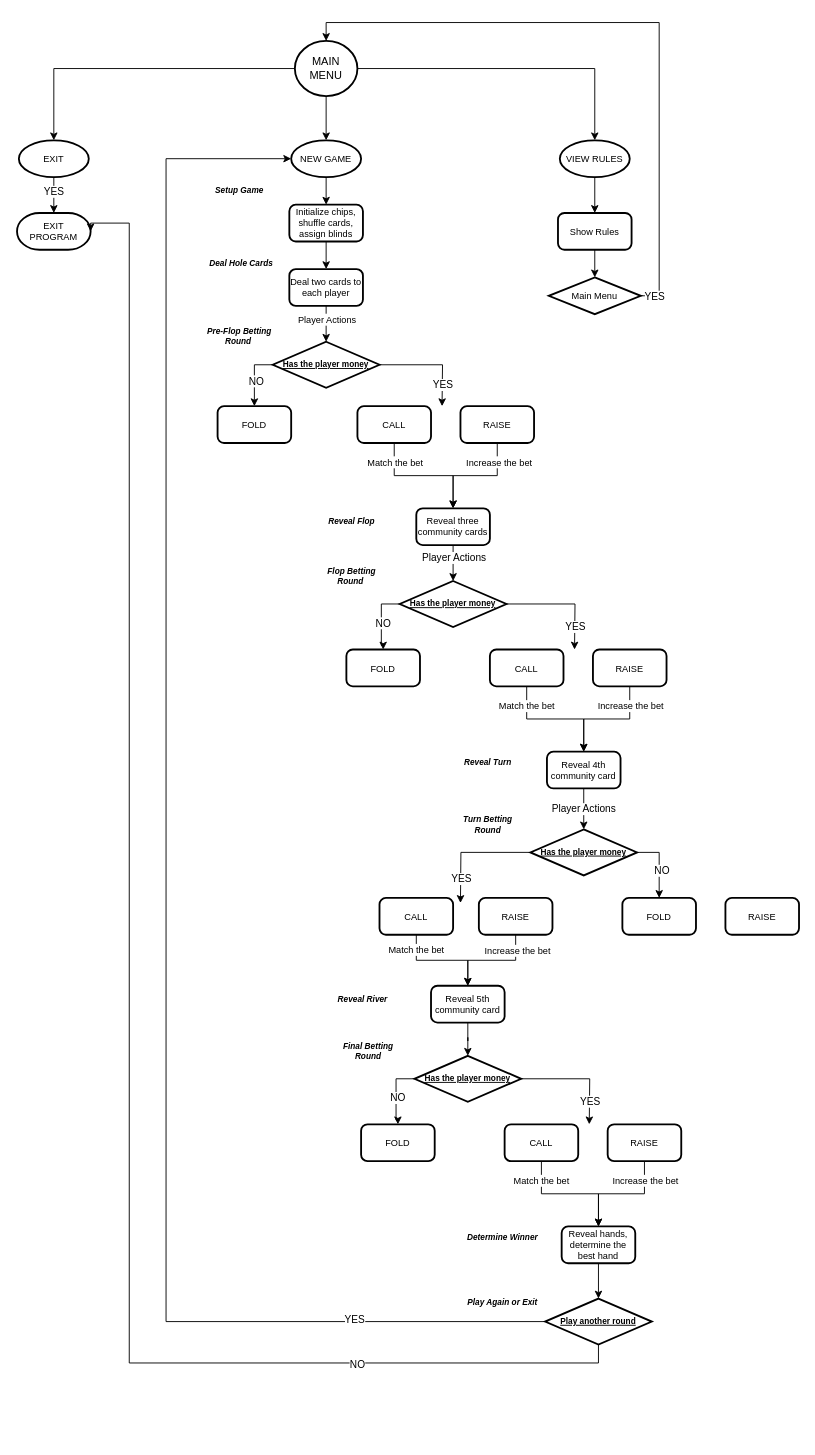
The draw.io diagram PokerGame.drawio in Paola-DG/PokerGame, before the edit. Source tidied: cells renumbered, new cells numbered last; positions are measured from the earlier drawing's top-left corner, leaving out a move shared by most shapes. Both pictures are drawn from the tidied source at 92%, with x=0, y=0 at pixel (17, 40).
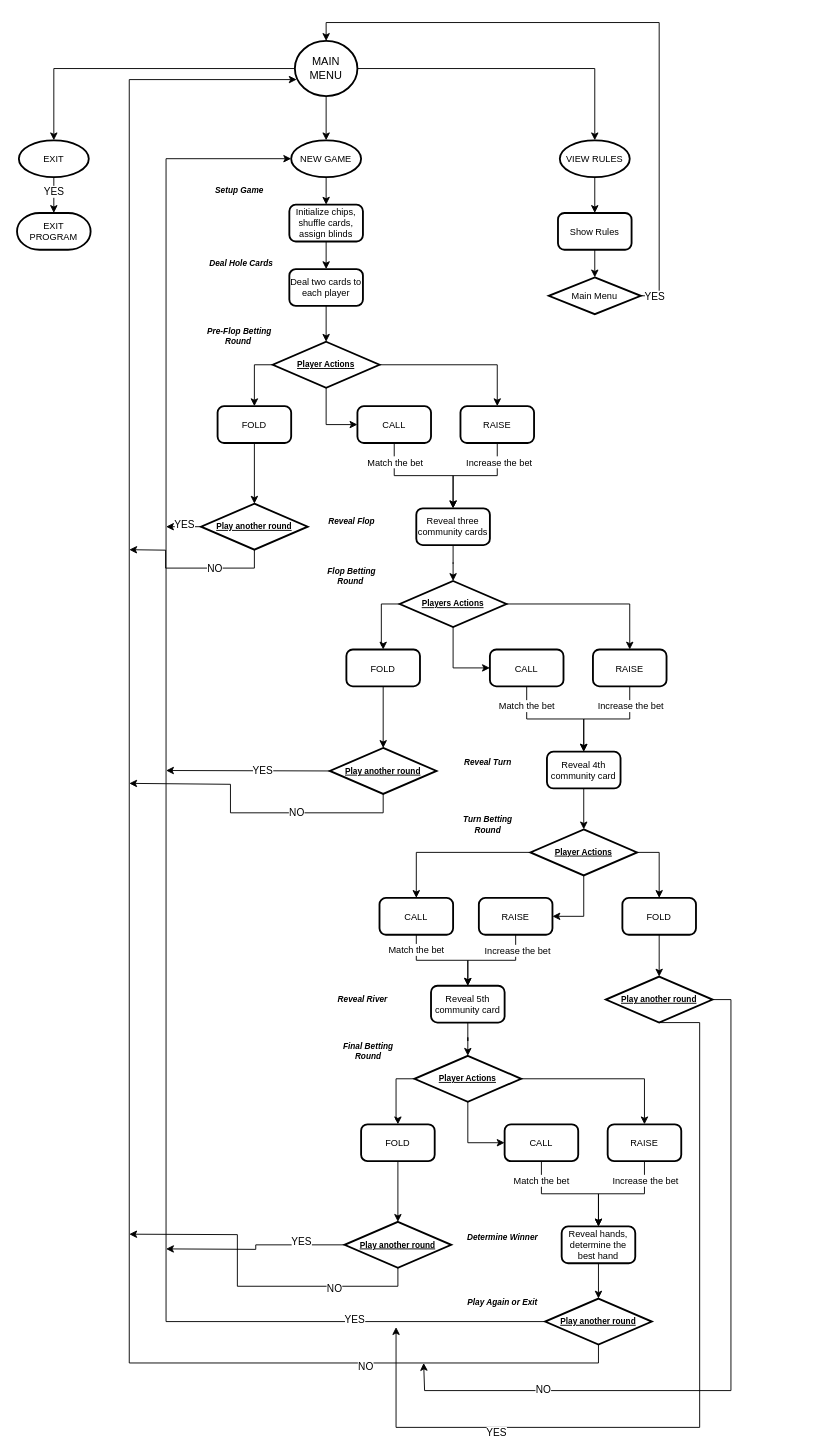
The same diagram, later.

The change refers to these unchanged cells:
```xml
<mxCell id="7" value="EXIT&lt;div&gt;PROGRAM&lt;/div&gt;" style="strokeWidth=2;html=1;shape=mxgraph.flowchart.terminator;whiteSpace=wrap;fontSize=10;" parent="1" vertex="1">
  <mxGeometry y="187" width="80" height="40" as="geometry" />
</mxCell>
<mxCell id="14" style="edgeStyle=orthogonalEdgeStyle;rounded=0;jettySize=auto;html=1;exitX=0;exitY=0.5;exitDx=0;exitDy=0;exitPerimeter=0;entryX=0.5;entryY=0;entryDx=0;entryDy=0;" parent="1" edge="1" source="16" target="18">
  <mxGeometry relative="1" as="geometry" />
</mxCell>
<mxCell id="18" value="FOLD" style="rounded=1;whiteSpace=wrap;html=1;absoluteArcSize=1;arcSize=14;strokeWidth=2;fontSize=10;" parent="1" vertex="1">
  <mxGeometry x="218" y="397" width="80" height="40" as="geometry" />
</mxCell>
<mxCell id="21" value="RAISE" style="rounded=1;whiteSpace=wrap;html=1;absoluteArcSize=1;arcSize=14;strokeWidth=2;fontSize=10;" parent="1" vertex="1">
  <mxGeometry x="482" y="397" width="80" height="40" as="geometry" />
</mxCell>
<mxCell id="24" value="CALL" style="rounded=1;whiteSpace=wrap;html=1;absoluteArcSize=1;arcSize=14;strokeWidth=2;fontSize=10;" parent="1" vertex="1">
  <mxGeometry x="370" y="397" width="80" height="40" as="geometry" />
</mxCell>
<mxCell id="25" style="edgeStyle=orthogonalEdgeStyle;rounded=0;jettySize=auto;html=1;exitX=0.5;exitY=1;exitDx=0;exitDy=0;" parent="1" edge="1" source="27" target="46">
  <mxGeometry relative="1" as="geometry" />
</mxCell>
<mxCell id="31" value="MAIN&lt;div&gt;MENU&lt;/div&gt;" style="strokeWidth=2;html=1;shape=mxgraph.flowchart.start_2;whiteSpace=wrap;" parent="1" vertex="1">
  <mxGeometry x="302" width="68" height="60" as="geometry" />
</mxCell>
<mxCell id="39" style="edgeStyle=orthogonalEdgeStyle;rounded=0;jettySize=auto;html=1;exitX=0.5;exitY=1;exitDx=0;exitDy=0;entryX=0.5;entryY=0;entryDx=0;entryDy=0;entryPerimeter=0;" parent="1" edge="1" source="11" target="16">
  <mxGeometry relative="1" as="geometry" />
</mxCell>
<mxCell id="44" style="edgeStyle=orthogonalEdgeStyle;rounded=0;jettySize=auto;html=1;exitX=0;exitY=0.5;exitDx=0;exitDy=0;exitPerimeter=0;entryX=0.5;entryY=0;entryDx=0;entryDy=0;" parent="1" edge="1" source="46" target="47">
  <mxGeometry relative="1" as="geometry" />
</mxCell>
<mxCell id="47" value="FOLD" style="rounded=1;whiteSpace=wrap;html=1;absoluteArcSize=1;arcSize=14;strokeWidth=2;fontSize=10;" parent="1" vertex="1">
  <mxGeometry x="358" y="661.5" width="80" height="40" as="geometry" />
</mxCell>
<mxCell id="50" value="RAISE" style="rounded=1;whiteSpace=wrap;html=1;absoluteArcSize=1;arcSize=14;strokeWidth=2;fontSize=10;" parent="1" vertex="1">
  <mxGeometry x="626" y="661.5" width="80" height="40" as="geometry" />
</mxCell>
<mxCell id="53" value="CALL" style="rounded=1;whiteSpace=wrap;html=1;absoluteArcSize=1;arcSize=14;strokeWidth=2;fontSize=10;" parent="1" vertex="1">
  <mxGeometry x="514" y="661.5" width="80" height="40" as="geometry" />
</mxCell>
<mxCell id="65" value="RAISE" style="rounded=1;whiteSpace=wrap;html=1;absoluteArcSize=1;arcSize=14;strokeWidth=2;fontSize=10;" parent="1" vertex="1">
  <mxGeometry x="502" y="931.5" width="80" height="40" as="geometry" />
</mxCell>
<mxCell id="67" value="FOLD" style="rounded=1;whiteSpace=wrap;html=1;absoluteArcSize=1;arcSize=14;strokeWidth=2;fontSize=10;" parent="1" vertex="1">
  <mxGeometry x="658" y="931.5" width="80" height="40" as="geometry" />
</mxCell>
<mxCell id="69" style="edgeStyle=orthogonalEdgeStyle;rounded=0;jettySize=auto;html=1;exitX=0.5;exitY=1;exitDx=0;exitDy=0;entryX=0.5;entryY=0;entryDx=0;entryDy=0;entryPerimeter=0;" parent="1" edge="1" source="54" target="62">
  <mxGeometry relative="1" as="geometry" />
</mxCell>
<mxCell id="73" value="CALL" style="rounded=1;whiteSpace=wrap;html=1;absoluteArcSize=1;arcSize=14;strokeWidth=2;fontSize=10;" parent="1" vertex="1">
  <mxGeometry x="394" y="931.5" width="80" height="40" as="geometry" />
</mxCell>
<mxCell id="78" style="edgeStyle=orthogonalEdgeStyle;rounded=0;jettySize=auto;html=1;exitX=0;exitY=0.5;exitDx=0;exitDy=0;exitPerimeter=0;entryX=0.5;entryY=0;entryDx=0;entryDy=0;" parent="1" edge="1" source="80" target="81">
  <mxGeometry relative="1" as="geometry" />
</mxCell>
<mxCell id="81" value="FOLD" style="rounded=1;whiteSpace=wrap;html=1;absoluteArcSize=1;arcSize=14;strokeWidth=2;fontSize=10;" parent="1" vertex="1">
  <mxGeometry x="374" y="1177.6" width="80" height="40" as="geometry" />
</mxCell>
<mxCell id="84" value="RAISE" style="rounded=1;whiteSpace=wrap;html=1;absoluteArcSize=1;arcSize=14;strokeWidth=2;fontSize=10;" parent="1" vertex="1">
  <mxGeometry x="642" y="1177.6" width="80" height="40" as="geometry" />
</mxCell>
<mxCell id="87" value="CALL" style="rounded=1;whiteSpace=wrap;html=1;absoluteArcSize=1;arcSize=14;strokeWidth=2;fontSize=10;" parent="1" vertex="1">
  <mxGeometry x="530" y="1177.6" width="80" height="40" as="geometry" />
</mxCell>
<mxCell id="92" value="Play another round" style="strokeWidth=2;html=1;shape=mxgraph.flowchart.decision;whiteSpace=wrap;fontSize=9;fontStyle=5;" parent="1" vertex="1">
  <mxGeometry x="574" y="1367" width="116" height="50" as="geometry" />
</mxCell>
```

Change to the diagram source:
```diff
@@
-    <mxCell id="12" style="edgeStyle=orthogonalEdgeStyle;rounded=0;jettySize=auto;html=1;exitX=1;exitY=0.5;exitDx=0;exitDy=0;exitPerimeter=0;" parent="1" edge="1" source="16">
-      <mxGeometry relative="1" as="geometry">
-        <mxPoint x="462" y="397" as="targetPoint" />
-      </mxGeometry>
-    </mxCell>
-    <mxCell id="13" value="YES" style="edgeLabel;html=1;align=center;verticalAlign=middle;" parent="12" vertex="1">
-      <mxGeometry x="0.59" relative="1" as="geometry" />
-    </mxCell>
@@
-    <mxCell id="15" value="NO" style="edgeLabel;html=1;align=center;verticalAlign=middle;" parent="14" vertex="1">
-      <mxGeometry x="0.13" y="1" relative="1" as="geometry" />
-    </mxCell>
+    <mxCell id="99" style="edgeStyle=orthogonalEdgeStyle;rounded=0;jettySize=auto;html=1;exitX=1;exitY=0.5;exitDx=0;exitDy=0;exitPerimeter=0;entryX=0.5;entryY=0;entryDx=0;entryDy=0;" parent="1" edge="1" source="16" target="21">
+      <mxGeometry relative="1" as="geometry" />
+    </mxCell>
+    <mxCell id="100" style="edgeStyle=orthogonalEdgeStyle;rounded=0;jettySize=auto;html=1;exitX=0.5;exitY=1;exitDx=0;exitDy=0;exitPerimeter=0;entryX=0;entryY=0.5;entryDx=0;entryDy=0;" parent="1" edge="1" source="16" target="24">
+      <mxGeometry relative="1" as="geometry" />
+    </mxCell>
-    <mxCell id="16" value="Has the player money" style="strokeWidth=2;html=1;shape=mxgraph.flowchart.decision;whiteSpace=wrap;fontSize=9;fontStyle=5;" parent="1" vertex="1">
+    <mxCell id="16" value="Player Actions" style="strokeWidth=2;html=1;shape=mxgraph.flowchart.decision;whiteSpace=wrap;fontSize=9;fontStyle=5;" parent="1" vertex="1">
       <mxGeometry x="278" y="327" width="116" height="50" as="geometry" />
     </mxCell>
@@
-    <mxCell id="26" value="Player Actions" style="edgeLabel;html=1;align=center;verticalAlign=middle;" parent="25" vertex="1">
-      <mxGeometry x="-0.35" relative="1" as="geometry" />
-    </mxCell>
@@
-    <mxCell id="40" value="&lt;font style=&quot;font-size: 10px;&quot;&gt;Player Actions&lt;/font&gt;" style="edgeLabel;html=1;align=center;verticalAlign=middle;" parent="39" vertex="1">
-      <mxGeometry x="-0.26" relative="1" as="geometry" />
-    </mxCell>
@@
-    <mxCell id="42" style="edgeStyle=orthogonalEdgeStyle;rounded=0;jettySize=auto;html=1;exitX=1;exitY=0.5;exitDx=0;exitDy=0;exitPerimeter=0;" parent="1" edge="1" source="46">
-      <mxGeometry relative="1" as="geometry">
-        <mxPoint x="606" y="661.5" as="targetPoint" />
-      </mxGeometry>
-    </mxCell>
-    <mxCell id="43" value="YES" style="edgeLabel;html=1;align=center;verticalAlign=middle;" parent="42" vertex="1">
-      <mxGeometry x="0.59" relative="1" as="geometry" />
-    </mxCell>
@@
-    <mxCell id="45" value="NO" style="edgeLabel;html=1;align=center;verticalAlign=middle;" parent="44" vertex="1">
-      <mxGeometry x="0.13" y="1" relative="1" as="geometry" />
-    </mxCell>
+    <mxCell id="101" style="edgeStyle=orthogonalEdgeStyle;rounded=0;jettySize=auto;html=1;exitX=1;exitY=0.5;exitDx=0;exitDy=0;exitPerimeter=0;entryX=0.5;entryY=0;entryDx=0;entryDy=0;" parent="1" edge="1" source="46" target="50">
+      <mxGeometry relative="1" as="geometry" />
+    </mxCell>
+    <mxCell id="102" style="edgeStyle=orthogonalEdgeStyle;rounded=0;jettySize=auto;html=1;exitX=0.5;exitY=1;exitDx=0;exitDy=0;exitPerimeter=0;entryX=0;entryY=0.5;entryDx=0;entryDy=0;" parent="1" edge="1" source="46" target="53">
+      <mxGeometry relative="1" as="geometry" />
+    </mxCell>
-    <mxCell id="46" value="Has the player money" style="strokeWidth=2;html=1;shape=mxgraph.flowchart.decision;whiteSpace=wrap;fontSize=9;fontStyle=5;" parent="1" vertex="1">
+    <mxCell id="46" value="Players Actions" style="strokeWidth=2;html=1;shape=mxgraph.flowchart.decision;whiteSpace=wrap;fontSize=9;fontStyle=5;" parent="1" vertex="1">
       <mxGeometry x="416" y="587" width="116" height="50" as="geometry" />
     </mxCell>
@@
+    <mxCell id="103" style="edgeStyle=orthogonalEdgeStyle;rounded=0;jettySize=auto;html=1;exitX=0;exitY=0.5;exitDx=0;exitDy=0;exitPerimeter=0;entryX=0.5;entryY=0;entryDx=0;entryDy=0;" parent="1" edge="1" source="62" target="73">
+      <mxGeometry relative="1" as="geometry" />
+    </mxCell>
+    <mxCell id="104" style="edgeStyle=orthogonalEdgeStyle;rounded=0;jettySize=auto;html=1;exitX=0.5;exitY=1;exitDx=0;exitDy=0;exitPerimeter=0;entryX=1;entryY=0.5;entryDx=0;entryDy=0;" parent="1" edge="1" source="62" target="65">
+      <mxGeometry relative="1" as="geometry" />
+    </mxCell>
-    <mxCell id="58" style="edgeStyle=orthogonalEdgeStyle;rounded=0;jettySize=auto;html=1;exitX=1;exitY=0.5;exitDx=0;exitDy=0;exitPerimeter=0;" parent="1" edge="1" source="62" target="67">
+    <mxCell id="58" style="edgeStyle=orthogonalEdgeStyle;rounded=0;jettySize=auto;html=1;exitX=1;exitY=0.5;exitDx=0;exitDy=0;exitPerimeter=0;entryX=0.5;entryY=0;entryDx=0;entryDy=0;" parent="1" edge="1" source="62" target="67">
       <mxGeometry relative="1" as="geometry" />
     </mxCell>
-    <mxCell id="59" value="NO" style="edgeLabel;html=1;align=center;verticalAlign=middle;" parent="58" vertex="1">
-      <mxGeometry x="0.18" y="2" relative="1" as="geometry" />
-    </mxCell>
-    <mxCell id="60" style="edgeStyle=orthogonalEdgeStyle;rounded=0;jettySize=auto;html=1;exitX=0;exitY=0.5;exitDx=0;exitDy=0;exitPerimeter=0;" parent="1" edge="1" source="62">
-      <mxGeometry relative="1" as="geometry">
-        <mxPoint x="482" y="937" as="targetPoint" />
-      </mxGeometry>
-    </mxCell>
-    <mxCell id="61" value="YES" style="edgeLabel;html=1;align=center;verticalAlign=middle;" parent="60" vertex="1">
-      <mxGeometry x="0.6" relative="1" as="geometry" />
-    </mxCell>
-    <mxCell id="62" value="Has the player money" style="strokeWidth=2;html=1;shape=mxgraph.flowchart.decision;whiteSpace=wrap;fontSize=9;fontStyle=5;" parent="1" vertex="1">
+    <mxCell id="62" value="Player Actions" style="strokeWidth=2;html=1;shape=mxgraph.flowchart.decision;whiteSpace=wrap;fontSize=9;fontStyle=5;" parent="1" vertex="1">
       <mxGeometry x="558" y="857" width="116" height="50" as="geometry" />
     </mxCell>
@@
-    <mxCell id="66" value="RAISE" style="rounded=1;whiteSpace=wrap;html=1;absoluteArcSize=1;arcSize=14;strokeWidth=2;fontSize=10;" parent="1" vertex="1">
-      <mxGeometry x="770" y="931.5" width="80" height="40" as="geometry" />
-    </mxCell>
@@
-    <mxCell id="70" value="Player Actions" style="edgeLabel;html=1;align=center;verticalAlign=middle;" parent="69" vertex="1">
-      <mxGeometry x="0.01" y="-1" relative="1" as="geometry" />
-    </mxCell>
@@
-    <mxCell id="76" style="edgeStyle=orthogonalEdgeStyle;rounded=0;jettySize=auto;html=1;exitX=1;exitY=0.5;exitDx=0;exitDy=0;exitPerimeter=0;" parent="1" edge="1" source="80">
-      <mxGeometry relative="1" as="geometry">
-        <mxPoint x="622" y="1177.6" as="targetPoint" />
-      </mxGeometry>
-    </mxCell>
-    <mxCell id="77" value="YES" style="edgeLabel;html=1;align=center;verticalAlign=middle;" parent="76" vertex="1">
-      <mxGeometry x="0.59" relative="1" as="geometry" />
-    </mxCell>
@@
-    <mxCell id="79" value="NO" style="edgeLabel;html=1;align=center;verticalAlign=middle;" parent="78" vertex="1">
-      <mxGeometry x="0.13" y="1" relative="1" as="geometry" />
-    </mxCell>
+    <mxCell id="105" style="edgeStyle=orthogonalEdgeStyle;rounded=0;jettySize=auto;html=1;exitX=0.5;exitY=1;exitDx=0;exitDy=0;exitPerimeter=0;entryX=0;entryY=0.5;entryDx=0;entryDy=0;" parent="1" edge="1" source="80" target="87">
+      <mxGeometry relative="1" as="geometry" />
+    </mxCell>
+    <mxCell id="106" style="edgeStyle=orthogonalEdgeStyle;rounded=0;jettySize=auto;html=1;exitX=1;exitY=0.5;exitDx=0;exitDy=0;exitPerimeter=0;entryX=0.5;entryY=0;entryDx=0;entryDy=0;" parent="1" edge="1" source="80" target="84">
+      <mxGeometry relative="1" as="geometry" />
+    </mxCell>
-    <mxCell id="80" value="Has the player money" style="strokeWidth=2;html=1;shape=mxgraph.flowchart.decision;whiteSpace=wrap;fontSize=9;fontStyle=5;" parent="1" vertex="1">
+    <mxCell id="80" value="Player Actions" style="strokeWidth=2;html=1;shape=mxgraph.flowchart.decision;whiteSpace=wrap;fontSize=9;fontStyle=5;" parent="1" vertex="1">
       <mxGeometry x="432" y="1103.1" width="116" height="50" as="geometry" />
     </mxCell>
@@
-    <mxCell id="97" style="edgeStyle=orthogonalEdgeStyle;rounded=0;jettySize=auto;html=1;exitX=0.5;exitY=1;exitDx=0;exitDy=0;exitPerimeter=0;entryX=1;entryY=0.5;entryDx=0;entryDy=0;entryPerimeter=0;" parent="1" edge="1" source="92" target="7">
-      <mxGeometry relative="1" as="geometry">
-        <Array as="points">
-          <mxPoint x="632" y="1437" />
-          <mxPoint x="122" y="1437" />
-          <mxPoint x="122" y="198" />
-        </Array>
-      </mxGeometry>
-    </mxCell>
-    <mxCell id="98" value="NO" style="edgeLabel;html=1;align=center;verticalAlign=middle;" parent="97" vertex="1">
-      <mxGeometry x="-0.69" y="2" relative="1" as="geometry">
-        <mxPoint x="-1" y="-1" as="offset" />
-      </mxGeometry>
-    </mxCell>
+    <mxCell id="107" style="edgeStyle=orthogonalEdgeStyle;rounded=0;jettySize=auto;html=1;exitX=0;exitY=0.5;exitDx=0;exitDy=0;exitPerimeter=0;" parent="1" edge="1" source="111">
+      <mxGeometry relative="1" as="geometry">
+        <mxPoint x="162" y="1313" as="targetPoint" />
+      </mxGeometry>
+    </mxCell>
+    <mxCell id="108" value="YES" style="edgeLabel;html=1;align=center;verticalAlign=middle;" parent="107" vertex="1">
+      <mxGeometry x="-0.52" y="-4" relative="1" as="geometry" />
+    </mxCell>
+    <mxCell id="109" style="edgeStyle=orthogonalEdgeStyle;rounded=0;jettySize=auto;html=1;exitX=0.5;exitY=1;exitDx=0;exitDy=0;exitPerimeter=0;" parent="1" edge="1" source="111">
+      <mxGeometry relative="1" as="geometry">
+        <mxPoint x="122" y="1297" as="targetPoint" />
+      </mxGeometry>
+    </mxCell>
+    <mxCell id="110" value="NO" style="edgeLabel;html=1;align=center;verticalAlign=middle;" parent="109" vertex="1">
+      <mxGeometry x="-0.51" y="2" relative="1" as="geometry" />
+    </mxCell>
+    <mxCell id="111" value="Play another round" style="strokeWidth=2;html=1;shape=mxgraph.flowchart.decision;whiteSpace=wrap;fontSize=9;fontStyle=5;" parent="1" vertex="1">
+      <mxGeometry x="356" y="1283.6" width="116" height="50" as="geometry" />
+    </mxCell>
+    <mxCell id="112" style="edgeStyle=orthogonalEdgeStyle;rounded=0;jettySize=auto;html=1;exitX=0.5;exitY=1;exitDx=0;exitDy=0;entryX=0.5;entryY=0;entryDx=0;entryDy=0;entryPerimeter=0;" parent="1" edge="1" source="81" target="111">
+      <mxGeometry relative="1" as="geometry" />
+    </mxCell>
+    <mxCell id="113" style="edgeStyle=orthogonalEdgeStyle;rounded=0;jettySize=auto;html=1;exitX=0.5;exitY=1;exitDx=0;exitDy=0;exitPerimeter=0;entryX=0.029;entryY=0.7;entryDx=0;entryDy=0;entryPerimeter=0;" parent="1" edge="1" source="92" target="31">
+      <mxGeometry relative="1" as="geometry">
+        <Array as="points">
+          <mxPoint x="632" y="1437" />
+          <mxPoint x="122" y="1437" />
+          <mxPoint x="122" y="42" />
+        </Array>
+      </mxGeometry>
+    </mxCell>
+    <mxCell id="114" value="NO" style="edgeLabel;html=1;align=center;verticalAlign=middle;" parent="113" vertex="1">
+      <mxGeometry x="-0.74" y="3" relative="1" as="geometry" />
+    </mxCell>
+    <mxCell id="115" style="edgeStyle=orthogonalEdgeStyle;rounded=0;jettySize=auto;html=1;exitX=1;exitY=0.5;exitDx=0;exitDy=0;exitPerimeter=0;" parent="1" edge="1" source="119">
+      <mxGeometry relative="1" as="geometry">
+        <mxPoint x="442" y="1437" as="targetPoint" />
+        <Array as="points">
+          <mxPoint x="776" y="1042" />
+          <mxPoint x="776" y="1467" />
+          <mxPoint x="443" y="1467" />
+        </Array>
+      </mxGeometry>
+    </mxCell>
+    <mxCell id="116" value="NO" style="edgeLabel;html=1;align=center;verticalAlign=middle;" parent="115" vertex="1">
+      <mxGeometry x="0.61" y="-2" relative="1" as="geometry" />
+    </mxCell>
+    <mxCell id="117" style="edgeStyle=orthogonalEdgeStyle;rounded=0;jettySize=auto;html=1;exitX=0.5;exitY=1;exitDx=0;exitDy=0;exitPerimeter=0;" parent="1" edge="1" source="119">
+      <mxGeometry relative="1" as="geometry">
+        <mxPoint x="412" y="1398" as="targetPoint" />
+        <Array as="points">
+          <mxPoint x="742" y="1067" />
+          <mxPoint x="742" y="1507" />
+          <mxPoint x="412" y="1507" />
+        </Array>
+      </mxGeometry>
+    </mxCell>
+    <mxCell id="118" value="YES" style="edgeLabel;html=1;align=center;verticalAlign=middle;" parent="117" vertex="1">
+      <mxGeometry x="0.53" y="5" relative="1" as="geometry" />
+    </mxCell>
+    <mxCell id="119" value="Play another round" style="strokeWidth=2;html=1;shape=mxgraph.flowchart.decision;whiteSpace=wrap;fontSize=9;fontStyle=5;" parent="1" vertex="1">
+      <mxGeometry x="640" y="1017" width="116" height="50" as="geometry" />
+    </mxCell>
+    <mxCell id="120" style="edgeStyle=orthogonalEdgeStyle;rounded=0;jettySize=auto;html=1;exitX=0.5;exitY=1;exitDx=0;exitDy=0;entryX=0.5;entryY=0;entryDx=0;entryDy=0;entryPerimeter=0;" parent="1" edge="1" source="67" target="119">
+      <mxGeometry relative="1" as="geometry" />
+    </mxCell>
+    <mxCell id="121" style="edgeStyle=orthogonalEdgeStyle;rounded=0;jettySize=auto;html=1;exitX=0;exitY=0.5;exitDx=0;exitDy=0;exitPerimeter=0;" parent="1" edge="1" source="125">
+      <mxGeometry relative="1" as="geometry">
+        <mxPoint x="162" y="793" as="targetPoint" />
+      </mxGeometry>
+    </mxCell>
+    <mxCell id="122" value="YES" style="edgeLabel;html=1;align=center;verticalAlign=middle;" parent="121" vertex="1">
+      <mxGeometry x="-0.17" y="-1" relative="1" as="geometry" />
+    </mxCell>
+    <mxCell id="123" style="edgeStyle=orthogonalEdgeStyle;rounded=0;jettySize=auto;html=1;exitX=0.5;exitY=1;exitDx=0;exitDy=0;exitPerimeter=0;" parent="1" edge="1" source="125">
+      <mxGeometry relative="1" as="geometry">
+        <mxPoint x="122" y="807" as="targetPoint" />
+        <Array as="points">
+          <mxPoint x="398" y="839" />
+          <mxPoint x="232" y="839" />
+          <mxPoint x="232" y="808" />
+        </Array>
+      </mxGeometry>
+    </mxCell>
+    <mxCell id="124" value="NO" style="edgeLabel;html=1;align=center;verticalAlign=middle;" parent="123" vertex="1">
+      <mxGeometry x="-0.3" y="-1" relative="1" as="geometry" />
+    </mxCell>
+    <mxCell id="125" value="Play another round" style="strokeWidth=2;html=1;shape=mxgraph.flowchart.decision;whiteSpace=wrap;fontSize=9;fontStyle=5;" parent="1" vertex="1">
+      <mxGeometry x="340" y="768.5" width="116" height="50" as="geometry" />
+    </mxCell>
+    <mxCell id="126" style="edgeStyle=orthogonalEdgeStyle;rounded=0;jettySize=auto;html=1;exitX=0.5;exitY=1;exitDx=0;exitDy=0;entryX=0.5;entryY=0;entryDx=0;entryDy=0;entryPerimeter=0;" parent="1" edge="1" source="47" target="125">
+      <mxGeometry relative="1" as="geometry" />
+    </mxCell>
+    <mxCell id="127" style="edgeStyle=orthogonalEdgeStyle;rounded=0;jettySize=auto;html=1;exitX=0;exitY=0.5;exitDx=0;exitDy=0;exitPerimeter=0;" parent="1" edge="1" source="131">
+      <mxGeometry relative="1" as="geometry">
+        <mxPoint x="162" y="528" as="targetPoint" />
+      </mxGeometry>
+    </mxCell>
+    <mxCell id="128" value="YES" style="edgeLabel;html=1;align=center;verticalAlign=middle;" parent="127" vertex="1">
+      <mxGeometry y="-3" relative="1" as="geometry" />
+    </mxCell>
+    <mxCell id="129" style="edgeStyle=orthogonalEdgeStyle;rounded=0;jettySize=auto;html=1;exitX=0.5;exitY=1;exitDx=0;exitDy=0;exitPerimeter=0;" parent="1" edge="1" source="131">
+      <mxGeometry relative="1" as="geometry">
+        <mxPoint x="122" y="553" as="targetPoint" />
+      </mxGeometry>
+    </mxCell>
+    <mxCell id="130" value="NO" style="edgeLabel;html=1;align=center;verticalAlign=middle;" parent="129" vertex="1">
+      <mxGeometry x="-0.27" relative="1" as="geometry" />
+    </mxCell>
+    <mxCell id="131" value="Play another round" style="strokeWidth=2;html=1;shape=mxgraph.flowchart.decision;whiteSpace=wrap;fontSize=9;fontStyle=5;" parent="1" vertex="1">
+      <mxGeometry x="200" y="503" width="116" height="50" as="geometry" />
+    </mxCell>
+    <mxCell id="132" style="edgeStyle=orthogonalEdgeStyle;rounded=0;jettySize=auto;html=1;exitX=0.5;exitY=1;exitDx=0;exitDy=0;entryX=0.5;entryY=0;entryDx=0;entryDy=0;entryPerimeter=0;" parent="1" edge="1" source="18" target="131">
+      <mxGeometry relative="1" as="geometry" />
+    </mxCell>
```
